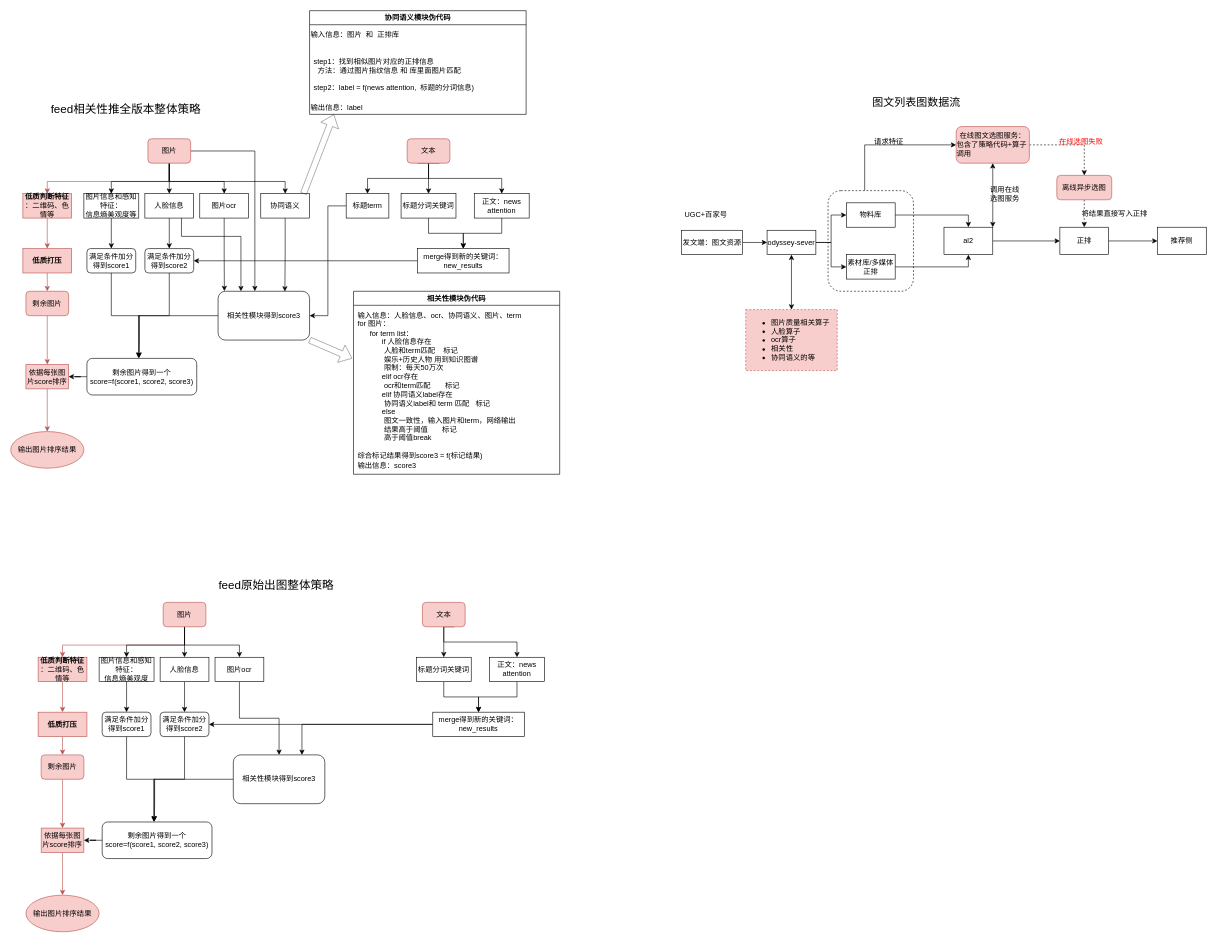
2018liuyan/one keeps this draw.io diagram as feed出图.drawio. Above is the earlier version. Source tidied: cells renumbered, new cells numbered last; positions are measured from the earlier drawing's top-left corner, leaving out a move shared by most shapes. Both pictures are drawn from the tidied source at 61%, with x=0, y=0 at pixel (10, 10).
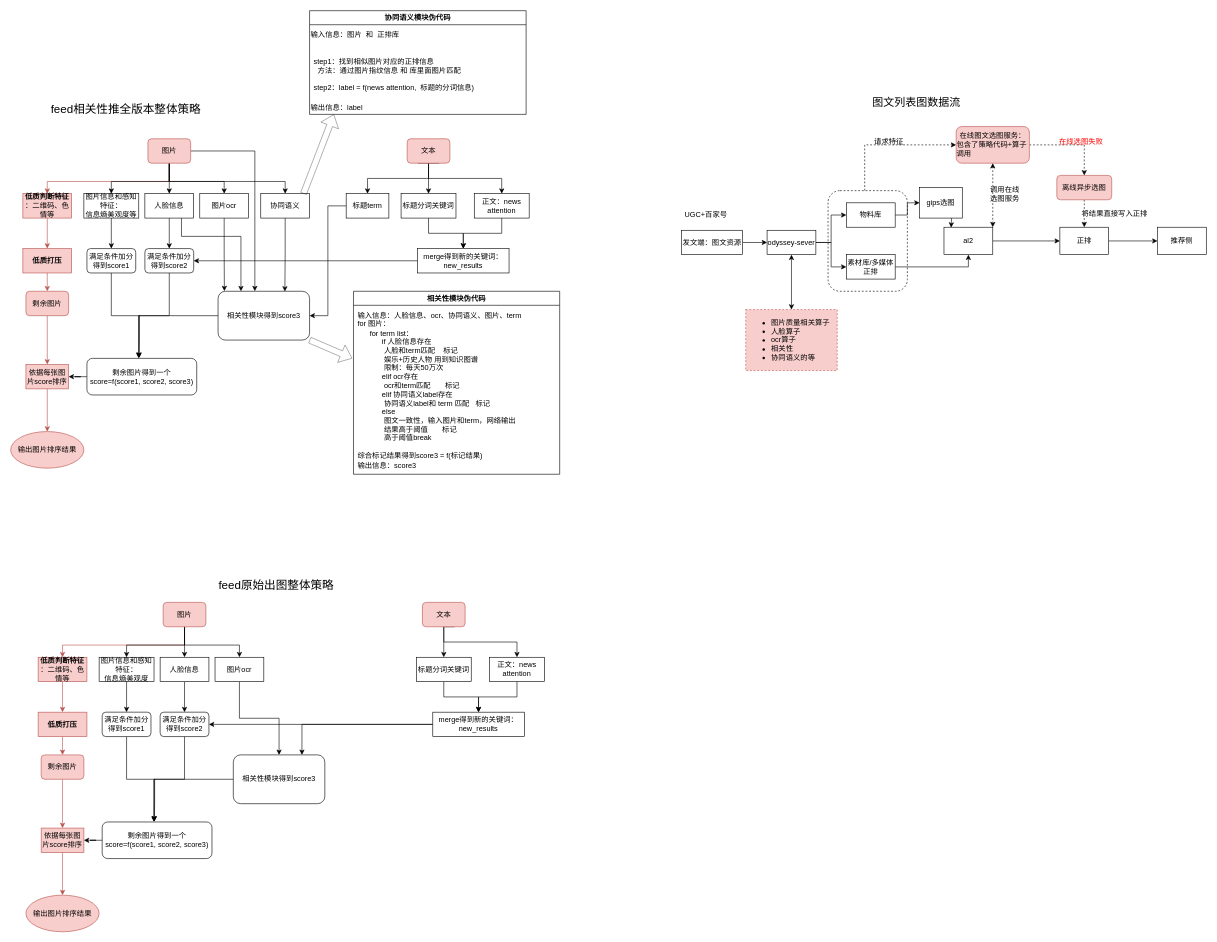
After the change.

Unchanged cells that the change refers to:
```xml
<mxCell id="106" value="物料库" style="rounded=0;whiteSpace=wrap;html=1;" parent="1" vertex="1">
  <mxGeometry x="1370" y="315" width="80" height="40" as="geometry" />
</mxCell>
<mxCell id="110" value="al2" style="rounded=0;whiteSpace=wrap;html=1;" parent="1" vertex="1">
  <mxGeometry x="1530" y="355" width="80" height="45" as="geometry" />
</mxCell>
<mxCell id="116" value="在线图文选图服务：&lt;br&gt;&lt;div style=&quot;text-align: left&quot;&gt;&lt;span&gt;包含了策略代码+算子调用&lt;/span&gt;&lt;/div&gt;" style="rounded=1;whiteSpace=wrap;html=1;fillColor=#f8cecc;strokeColor=#b85450;" parent="1" vertex="1">
  <mxGeometry x="1550" y="190" width="120" height="60" as="geometry" />
</mxCell>
```

Change to the diagram source:
```diff
@@
-    <mxCell id="2" style="edgeStyle=orthogonalEdgeStyle;rounded=0;jettySize=auto;html=1;entryX=0;entryY=0.5;entryDx=0;entryDy=0;" parent="1" edge="1" source="3" target="116">
+    <mxCell id="2" style="edgeStyle=orthogonalEdgeStyle;rounded=0;jettySize=auto;html=1;entryX=0;entryY=0.5;entryDx=0;entryDy=0;dashed=1;" parent="1" edge="1" source="3" target="116">
       <mxGeometry relative="1" as="geometry">
         <Array as="points">
           <mxPoint x="1400" y="220" />
         </Array>
       </mxGeometry>
     </mxCell>
     <mxCell id="3" style="rounded=1;whiteSpace=wrap;html=1;dashed=1;" parent="1" vertex="1">
-      <mxGeometry x="1340" y="295" width="140" height="165" as="geometry" />
+      <mxGeometry x="1340" y="295" width="130" height="165" as="geometry" />
     </mxCell>
@@
-    <mxCell id="105" style="edgeStyle=orthogonalEdgeStyle;rounded=0;jettySize=auto;html=1;entryX=0.5;entryY=0;entryDx=0;entryDy=0;" parent="1" edge="1" source="106" target="110">
-      <mxGeometry relative="1" as="geometry" />
-    </mxCell>
+    <mxCell id="126" style="edgeStyle=orthogonalEdgeStyle;rounded=0;jettySize=auto;html=1;entryX=0;entryY=0.5;entryDx=0;entryDy=0;" parent="1" edge="1" source="106" target="128">
+      <mxGeometry relative="1" as="geometry" />
+    </mxCell>
@@
-    <mxCell id="117" style="endArrow=classic;startArrow=classic;html=1;rounded=0;entryX=0.5;entryY=1;entryDx=0;entryDy=0;" parent="1" edge="1" target="116">
+    <mxCell id="117" style="endArrow=classic;startArrow=classic;html=1;rounded=0;entryX=0.5;entryY=1;entryDx=0;entryDy=0;dashed=1;" parent="1" edge="1" target="116">
       <mxGeometry relative="1" as="geometry">
         <mxPoint x="1610" y="355" as="sourcePoint" />
       </mxGeometry>
     </mxCell>
@@
+    <mxCell id="127" style="edgeStyle=orthogonalEdgeStyle;rounded=0;jettySize=auto;html=1;exitX=0.75;exitY=1;exitDx=0;exitDy=0;entryX=0.146;entryY=0.013;entryDx=0;entryDy=0;entryPerimeter=0;" parent="1" edge="1" source="128" target="110">
+      <mxGeometry relative="1" as="geometry" />
+    </mxCell>
+    <mxCell id="128" value="gips选图" style="rounded=0;whiteSpace=wrap;html=1;" parent="1" vertex="1">
+      <mxGeometry x="1490" y="290" width="70" height="50" as="geometry" />
+    </mxCell>
```
